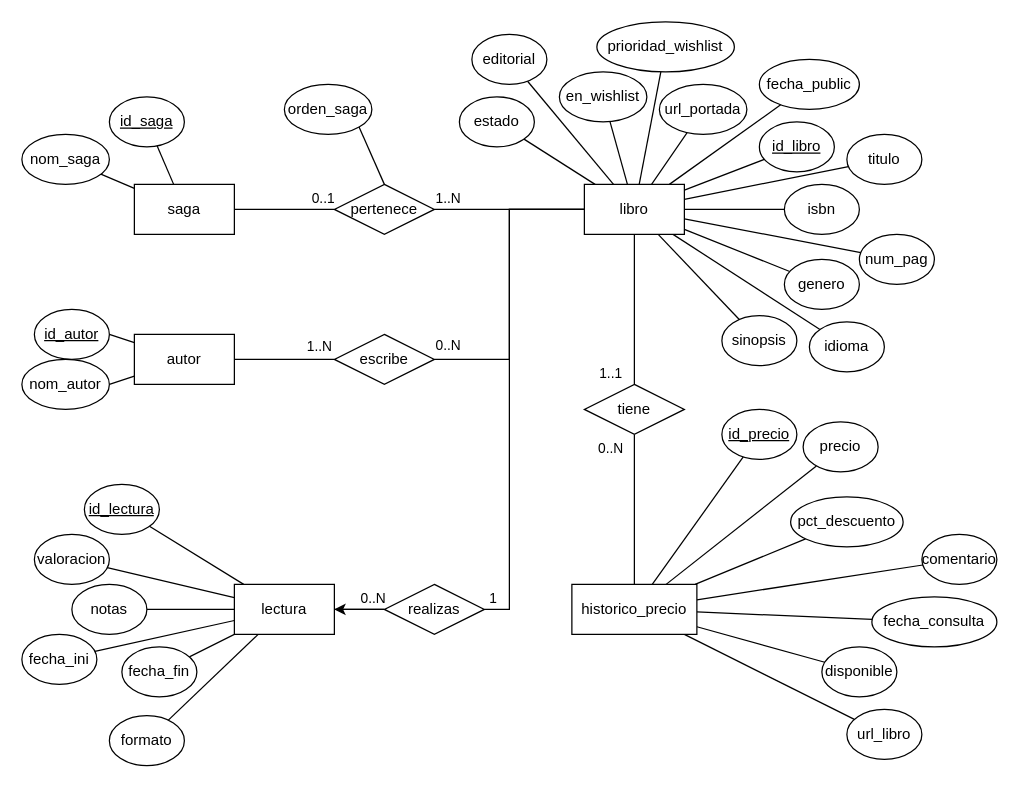
Earlier version of the draw.io diagram planning/diagrams/Entidad relacion.drawio (sandraqiao/TFG). Source tidied: cells renumbered, new cells numbered last; positions are measured from the earlier drawing's top-left corner, leaving out a move shared by most shapes. Both pictures are drawn from the tidied source at 125%, with x=0, y=0 at pixel (21, 21).
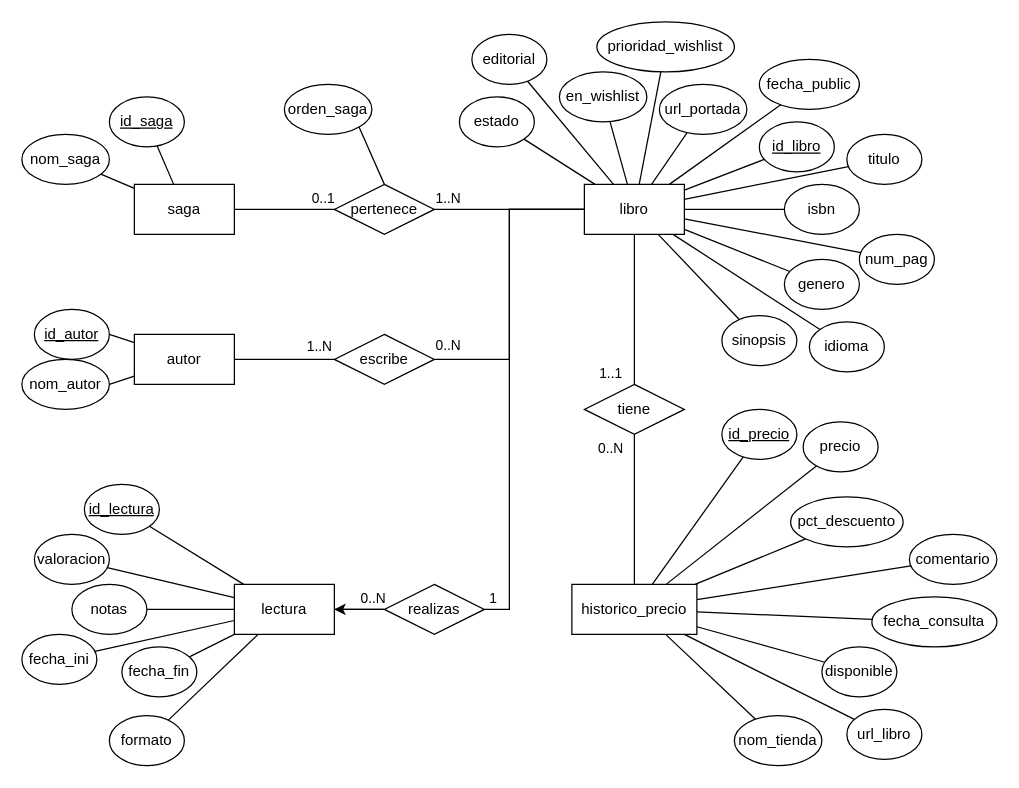
After the change.

The change refers to these unchanged cells:
```xml
<mxCell id="39" value="historico_precio" style="rounded=0;whiteSpace=wrap;html=1;" parent="1" vertex="1">
  <mxGeometry x="440" y="450" width="100" height="40" as="geometry" />
</mxCell>
```

What changed in the source:
```diff
@@
     <mxCell id="54" value="comentario" style="ellipse;whiteSpace=wrap;html=1;" parent="1" vertex="1">
-      <mxGeometry x="720" y="410" width="60" height="40" as="geometry" />
+      <mxGeometry x="710" y="410" width="70" height="40" as="geometry" />
     </mxCell>
@@
+    <mxCell id="90" style="rounded=0;jettySize=auto;html=1;entryX=0.75;entryY=1;entryDx=0;entryDy=0;defaultLabelBackgroundColor=page;endArrow=none;endFill=0;" parent="1" edge="1" source="91" target="39">
+      <mxGeometry relative="1" as="geometry" />
+    </mxCell>
+    <mxCell id="91" value="nom_tienda" style="ellipse;whiteSpace=wrap;html=1;" parent="1" vertex="1">
+      <mxGeometry x="570" y="555" width="70" height="40" as="geometry" />
+    </mxCell>
```
